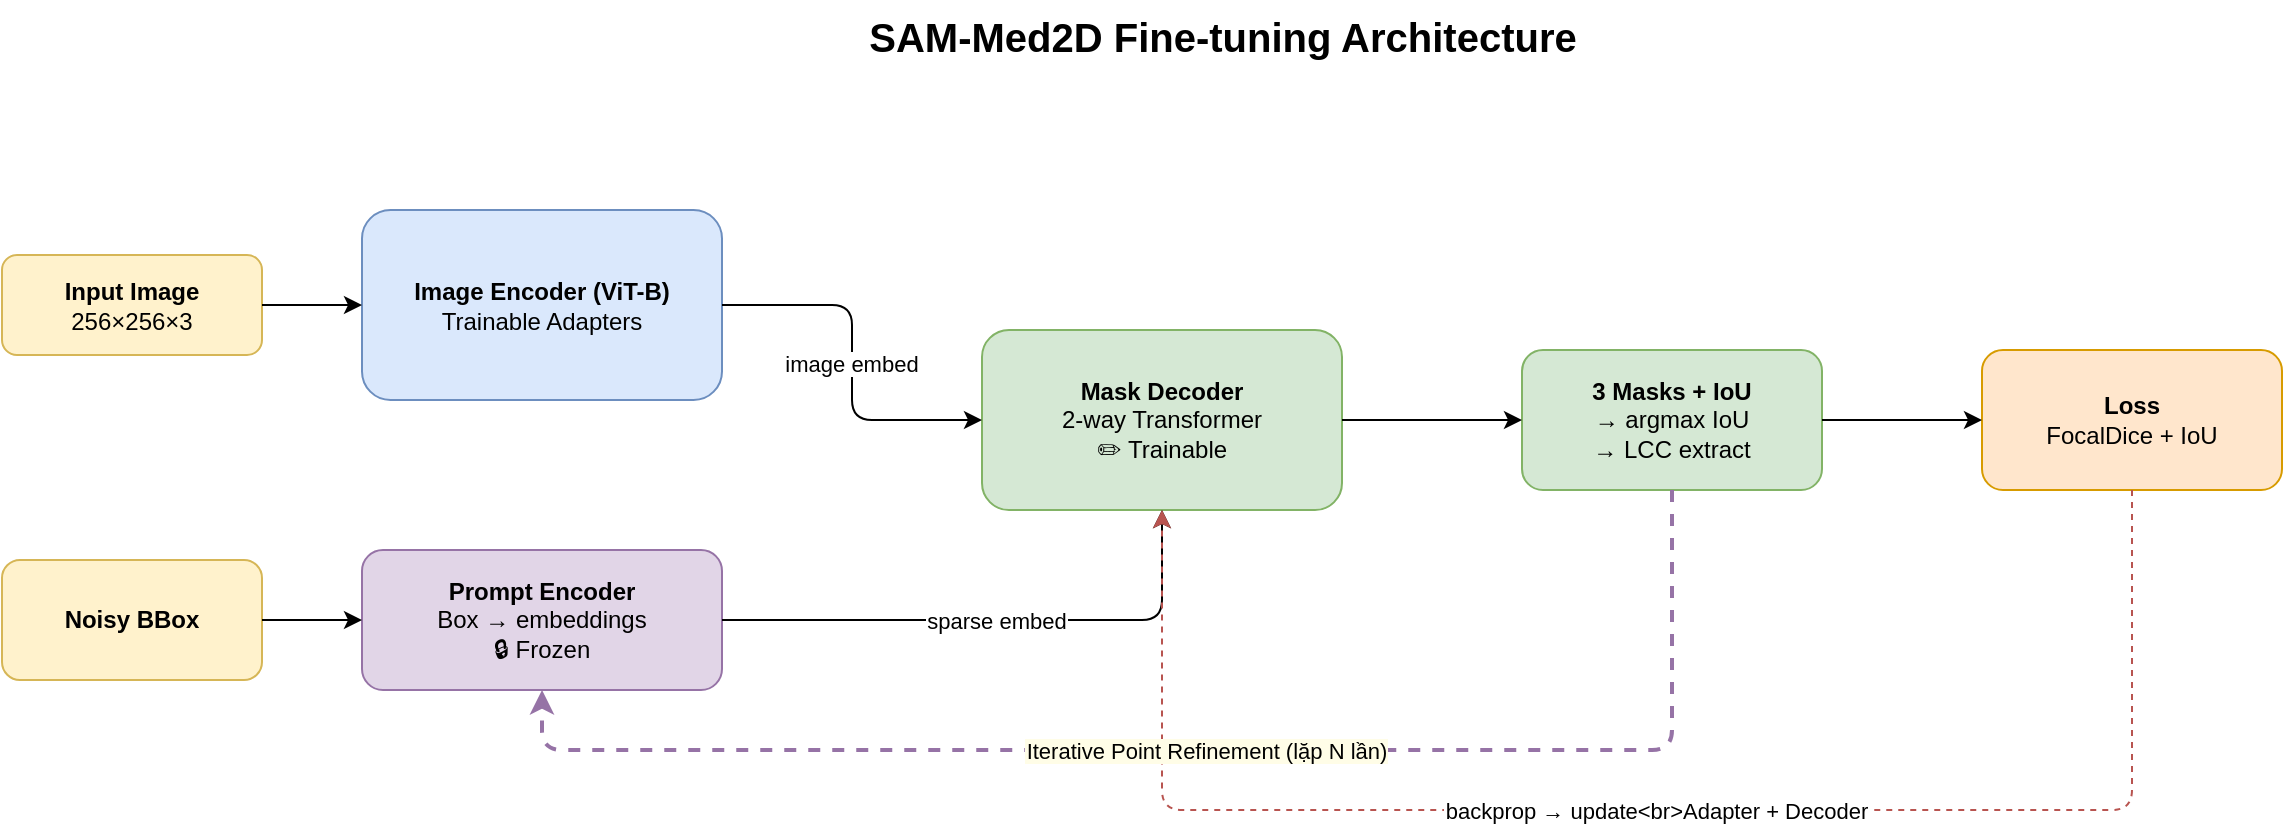
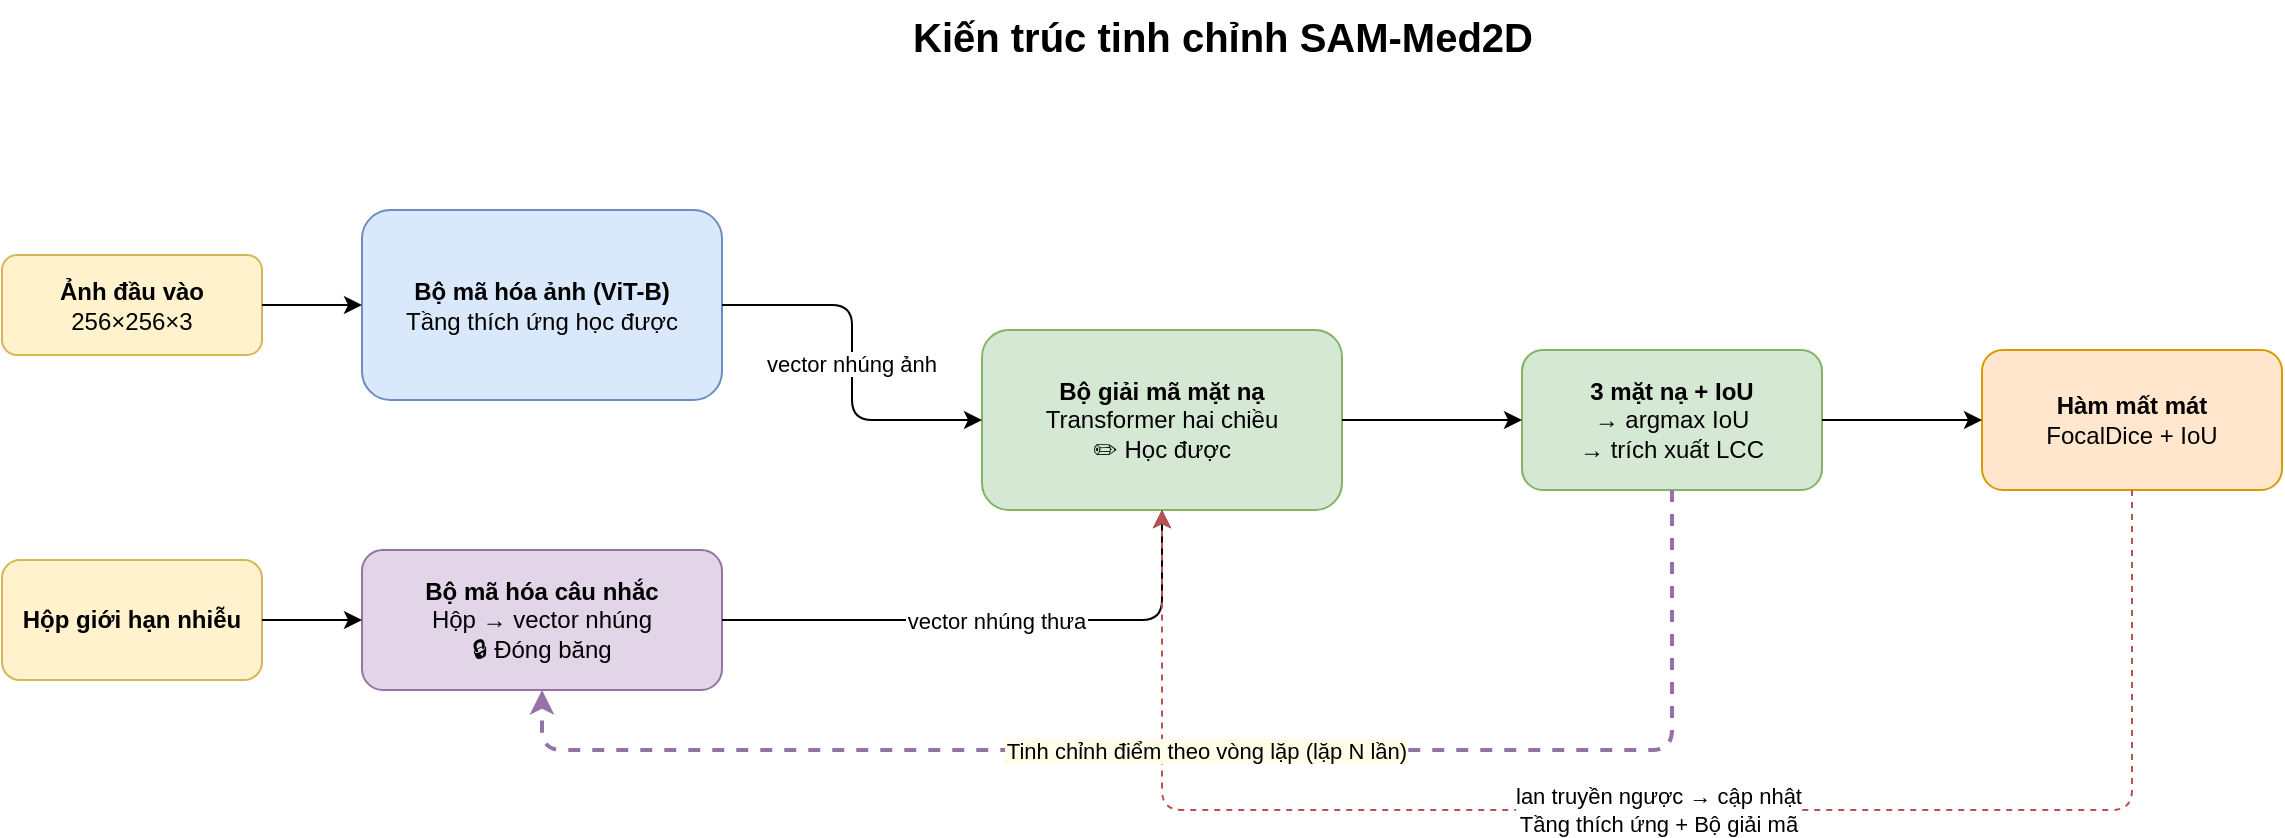
<mxfile host="65bd71144e">
    <diagram name="5. SAM-Med2D" id="sammed2d">
        <mxGraphModel dx="1394" dy="331" grid="1" gridSize="10" guides="1" tooltips="1" connect="1" arrows="1" fold="1" page="1" pageScale="1" pageWidth="1300" pageHeight="480" math="0" shadow="0">
            <root>
                <mxCell id="0"/>
                <mxCell id="1" parent="0"/>
-                 <mxCell id="title" value="SAM-Med2D Fine-tuning Architecture" style="text;html=1;strokeColor=none;fillColor=none;align=center;fontSize=20;fontStyle=1;" parent="1" vertex="1">
+                 <mxCell id="title" value="Kiến trúc tinh chỉnh SAM-Med2D" style="text;html=1;strokeColor=none;fillColor=none;align=center;fontSize=20;fontStyle=1;" parent="1" vertex="1">
                    <mxGeometry x="250" y="15" width="800" height="35" as="geometry"/>
                </mxCell>
-                 <mxCell id="img_in" value="&lt;b&gt;Input Image&lt;/b&gt;&lt;br&gt;256×256×3" style="rounded=1;whiteSpace=wrap;html=1;fillColor=#fff2cc;strokeColor=#d6b656;fontSize=12;" parent="1" vertex="1">
+                 <mxCell id="img_in" value="&lt;b&gt;Ảnh đầu vào&lt;/b&gt;&lt;br&gt;256×256×3" style="rounded=1;whiteSpace=wrap;html=1;fillColor=#fff2cc;strokeColor=#d6b656;fontSize=12;" parent="1" vertex="1">
                    <mxGeometry x="40" y="142.5" width="130" height="50" as="geometry"/>
                </mxCell>
-                 <mxCell id="bbox_in" value="&lt;b&gt;Noisy BBox&lt;/b&gt;" style="rounded=1;whiteSpace=wrap;html=1;fillColor=#fff2cc;strokeColor=#d6b656;fontSize=12;" parent="1" vertex="1">
+                 <mxCell id="bbox_in" value="&lt;b&gt;Hộp giới hạn nhiễu&lt;/b&gt;" style="rounded=1;whiteSpace=wrap;html=1;fillColor=#fff2cc;strokeColor=#d6b656;fontSize=12;" parent="1" vertex="1">
                    <mxGeometry x="40" y="295" width="130" height="60" as="geometry"/>
                </mxCell>
-                 <mxCell id="img_enc" value="&lt;b&gt;Image Encoder (ViT-B)&lt;/b&gt;&lt;br&gt;Trainable Adapters" style="rounded=1;whiteSpace=wrap;html=1;fillColor=#dae8fc;strokeColor=#6c8ebf;fontSize=12;" parent="1" vertex="1">
+                 <mxCell id="img_enc" value="&lt;b&gt;Bộ mã hóa ảnh (ViT-B)&lt;/b&gt;&lt;br&gt;Tầng thích ứng học được" style="rounded=1;whiteSpace=wrap;html=1;fillColor=#dae8fc;strokeColor=#6c8ebf;fontSize=12;" parent="1" vertex="1">
                    <mxGeometry x="220" y="120" width="180" height="95" as="geometry"/>
                </mxCell>
-                 <mxCell id="prompt_enc" value="&lt;b&gt;Prompt Encoder&lt;/b&gt;&lt;br&gt;Box → embeddings&lt;br&gt;🔒 Frozen" style="rounded=1;whiteSpace=wrap;html=1;fillColor=#e1d5e7;strokeColor=#9673a6;fontSize=12;" parent="1" vertex="1">
+                 <mxCell id="prompt_enc" value="&lt;b&gt;Bộ mã hóa câu nhắc&lt;/b&gt;&lt;br&gt;Hộp → vector nhúng&lt;br&gt;🔒 Đóng băng" style="rounded=1;whiteSpace=wrap;html=1;fillColor=#e1d5e7;strokeColor=#9673a6;fontSize=12;" parent="1" vertex="1">
                    <mxGeometry x="220" y="290" width="180" height="70" as="geometry"/>
                </mxCell>
-                 <mxCell id="mask_dec" value="&lt;b&gt;Mask Decoder&lt;/b&gt;&lt;br&gt;2-way Transformer&lt;br&gt;✏️ Trainable" style="rounded=1;whiteSpace=wrap;html=1;fillColor=#d5e8d4;strokeColor=#82b366;fontSize=12;" parent="1" vertex="1">
+                 <mxCell id="mask_dec" value="&lt;b&gt;Bộ giải mã mặt nạ&lt;/b&gt;&lt;br&gt;Transformer hai chiều&lt;br&gt;✏️ Học được" style="rounded=1;whiteSpace=wrap;html=1;fillColor=#d5e8d4;strokeColor=#82b366;fontSize=12;" parent="1" vertex="1">
                    <mxGeometry x="530" y="180" width="180" height="90" as="geometry"/>
                </mxCell>
-                 <mxCell id="output" value="&lt;b&gt;3 Masks + IoU&lt;/b&gt;&lt;br&gt;→ argmax IoU&lt;br&gt;→ LCC extract" style="rounded=1;whiteSpace=wrap;html=1;fillColor=#d5e8d4;strokeColor=#82b366;fontSize=12;" parent="1" vertex="1">
+                 <mxCell id="output" value="&lt;b&gt;3 mặt nạ + IoU&lt;/b&gt;&lt;br&gt;→ argmax IoU&lt;br&gt;→ trích xuất LCC" style="rounded=1;whiteSpace=wrap;html=1;fillColor=#d5e8d4;strokeColor=#82b366;fontSize=12;" parent="1" vertex="1">
                    <mxGeometry x="800" y="190" width="150" height="70" as="geometry"/>
                </mxCell>
-                 <mxCell id="loss" value="&lt;b&gt;Loss&lt;/b&gt;&lt;br&gt;FocalDice + IoU" style="rounded=1;whiteSpace=wrap;html=1;fillColor=#ffe6cc;strokeColor=#d79b00;fontSize=12;" parent="1" vertex="1">
+                 <mxCell id="loss" value="&lt;b&gt;Hàm mất mát&lt;/b&gt;&lt;br&gt;FocalDice + IoU" style="rounded=1;whiteSpace=wrap;html=1;fillColor=#ffe6cc;strokeColor=#d79b00;fontSize=12;" parent="1" vertex="1">
                    <mxGeometry x="1030" y="190" width="150" height="70" as="geometry"/>
                </mxCell>
                <mxCell id="e1" value="" style="edgeStyle=orthogonalEdgeStyle;" parent="1" source="img_in" target="img_enc" edge="1">
                    <mxGeometry relative="1" as="geometry"/>
                </mxCell>
                <mxCell id="e2" value="" style="edgeStyle=orthogonalEdgeStyle;" parent="1" source="bbox_in" target="prompt_enc" edge="1">
                    <mxGeometry relative="1" as="geometry"/>
                </mxCell>
-                 <mxCell id="e3" value="image embed" style="edgeStyle=orthogonalEdgeStyle;fontSize=11;" parent="1" source="img_enc" target="mask_dec" edge="1">
+                 <mxCell id="e3" value="vector nhúng ảnh" style="edgeStyle=orthogonalEdgeStyle;fontSize=11;" parent="1" source="img_enc" target="mask_dec" edge="1">
                    <mxGeometry relative="1" as="geometry"/>
                </mxCell>
-                 <mxCell id="e4" value="sparse embed" style="edgeStyle=orthogonalEdgeStyle;fontSize=11;" parent="1" source="prompt_enc" target="mask_dec" edge="1">
+                 <mxCell id="e4" value="vector nhúng thưa" style="edgeStyle=orthogonalEdgeStyle;fontSize=11;" parent="1" source="prompt_enc" target="mask_dec" edge="1">
                    <mxGeometry relative="1" as="geometry"/>
                </mxCell>
                <mxCell id="e5" value="" style="edgeStyle=orthogonalEdgeStyle;" parent="1" source="mask_dec" target="output" edge="1">
                    <mxGeometry relative="1" as="geometry"/>
                </mxCell>
                <mxCell id="e6" value="" style="edgeStyle=orthogonalEdgeStyle;" parent="1" source="output" target="loss" edge="1">
                    <mxGeometry relative="1" as="geometry"/>
                </mxCell>
-                 <mxCell id="e7" value="backprop → update&lt;br&gt;Adapter + Decoder" style="edgeStyle=orthogonalEdgeStyle;dashed=1;strokeColor=#b85450;fontSize=11;exitX=0.5;exitY=1;exitDx=0;exitDy=0;entryX=0.5;entryY=1;entryDx=0;entryDy=0;" parent="1" source="loss" target="mask_dec" edge="1">
+                 <mxCell id="e7" value="lan truyền ngược → cập nhật&lt;br&gt;Tầng thích ứng + Bộ giải mã" style="edgeStyle=orthogonalEdgeStyle;dashed=1;strokeColor=#b85450;fontSize=11;html=1;exitX=0.5;exitY=1;exitDx=0;exitDy=0;entryX=0.5;entryY=1;entryDx=0;entryDy=0;" parent="1" source="loss" target="mask_dec" edge="1">
                    <mxGeometry relative="1" as="geometry">
                        <Array as="points">
                            <mxPoint x="1105" y="420"/>
                            <mxPoint x="620" y="420"/>
                        </Array>
                    </mxGeometry>
                </mxCell>
-                 <mxCell id="iter_loop" value="Iterative Point Refinement (lặp N lần)" style="edgeStyle=orthogonalEdgeStyle;dashed=1;strokeColor=#9673a6;strokeWidth=2;fontSize=11;exitX=0.5;exitY=1;exitDx=0;exitDy=0;entryX=0.5;entryY=1;entryDx=0;entryDy=0;labelBackgroundColor=#fffde7;" parent="1" source="output" target="prompt_enc" edge="1">
+                 <mxCell id="iter_loop" value="Tinh chỉnh điểm theo vòng lặp (lặp N lần)" style="edgeStyle=orthogonalEdgeStyle;dashed=1;strokeColor=#9673a6;strokeWidth=2;fontSize=11;exitX=0.5;exitY=1;exitDx=0;exitDy=0;entryX=0.5;entryY=1;entryDx=0;entryDy=0;labelBackgroundColor=#fffde7;" parent="1" source="output" target="prompt_enc" edge="1">
                    <mxGeometry relative="1" as="geometry">
                        <Array as="points">
                            <mxPoint x="875" y="390"/>
                            <mxPoint x="310" y="390"/>
                        </Array>
                    </mxGeometry>
                </mxCell>
            </root>
        </mxGraphModel>
    </diagram>
</mxfile>